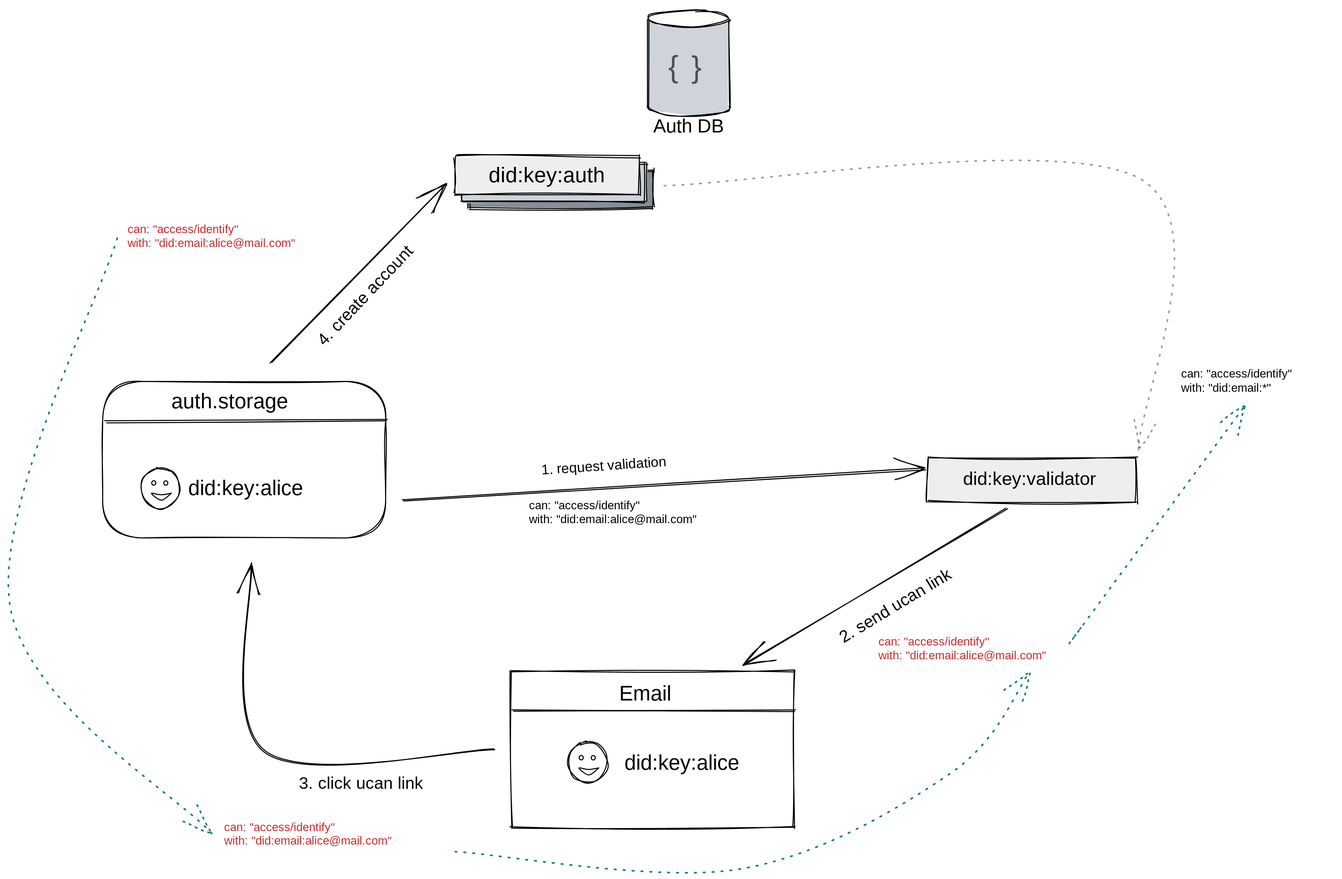
Before: spec/system.excalidraw.svg, a diagram exported from Excalidraw (tx-ravenxbsw3/w3up). Source tidied: one line per element, renumbered; positions are measured from the earlier drawing's top-left corner, leaving out a move shared by most shapes.
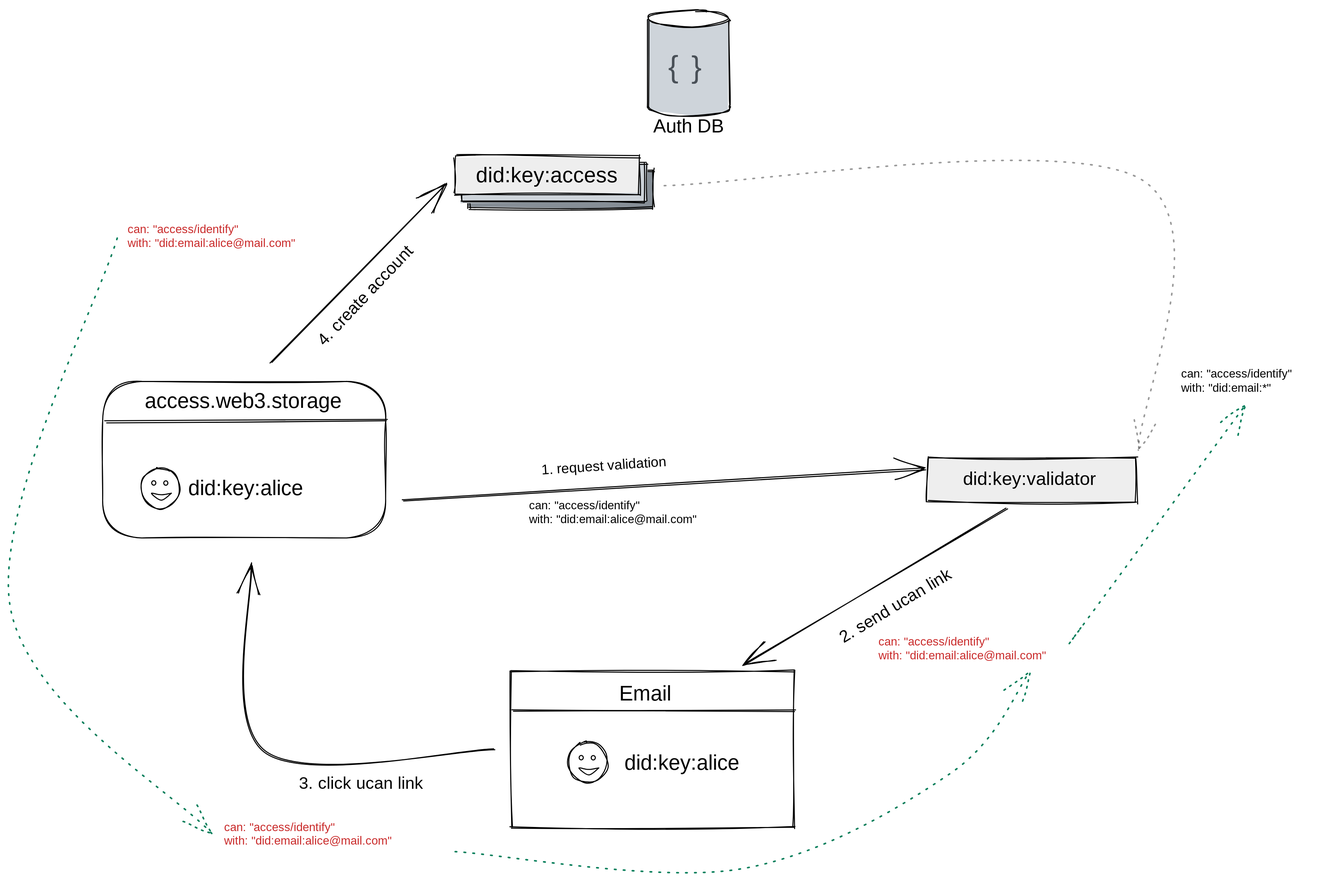
After the change.

Diff of the diagram source:
```diff
@@ -5,7 +5,7 @@
 {"id": 4, "type": "text", "text": "did:key:alice", "strokeColor": "#000000", "strokeWidth": 1, "roughness": 1, "fontSize": 20, "fontFamily": 1, "x": 170, "y": 445, "width": 112, "height": 25}
 {"id": 5, "type": "rectangle", "strokeColor": "#000000", "strokeWidth": 1, "roughness": 1, "x": 88, "y": 354, "width": 270, "height": 149}
 {"id": 6, "type": "line", "strokeColor": "#000000", "strokeWidth": 1, "roughness": 1, "x": 90, "y": 393, "width": 269, "height": 2, "points": [[0, 0], [269, -2]]}
-{"id": 7, "type": "text", "text": "auth.storage", "strokeColor": "#000000", "strokeWidth": 1, "roughness": 1, "fontSize": 20, "fontFamily": 1, "x": 154, "y": 361, "width": 129, "height": 25}
+{"id": 7, "type": "text", "text": "access.web3.storage", "strokeColor": "#000000", "strokeWidth": 1, "roughness": 1, "fontSize": 20, "fontFamily": 1, "x": 128, "y": 361, "width": 201, "height": 25}
 {"id": 8, "type": "rectangle", "strokeColor": "#000000", "strokeWidth": 1, "roughness": 1, "x": 478, "y": 631, "width": 270, "height": 149}
 {"id": 9, "type": "line", "strokeColor": "#000000", "strokeWidth": 1, "roughness": 1, "x": 480, "y": 669, "width": 269, "height": 2, "points": [[0, 0], [269, -2]]}
 {"id": 10, "type": "text", "text": "Email", "strokeColor": "#000000", "strokeWidth": 1, "roughness": 1, "fontSize": 20, "fontFamily": 1, "x": 581, "y": 641, "width": 50, "height": 25}
@@ -29,7 +29,7 @@
 {"id": 28, "type": "rectangle", "strokeColor": "#000000", "backgroundColor": "#868e96", "fillStyle": "solid", "strokeWidth": 1, "roughness": 1, "x": 437, "y": 152, "width": 176, "height": 37}
 {"id": 29, "type": "rectangle", "strokeColor": "#000000", "backgroundColor": "#ced4da", "fillStyle": "solid", "strokeWidth": 1, "roughness": 1, "x": 431, "y": 145, "width": 176, "height": 37}
 {"id": 30, "type": "rectangle", "strokeColor": "#000000", "backgroundColor": "#eeeeee", "fillStyle": "solid", "strokeWidth": 1, "roughness": 1, "x": 424, "y": 139, "width": 176, "height": 37}
-{"id": 31, "type": "text", "text": "did:key:auth", "strokeColor": "#000000", "backgroundColor": "#ced4da", "fillStyle": "solid", "strokeWidth": 1, "roughness": 1, "fontSize": 20.43, "fontFamily": 1, "textAlign": "center", "x": 454, "y": 146, "width": 116, "height": 26}
+{"id": 31, "type": "text", "text": "did:key:access", "strokeColor": "#000000", "backgroundColor": "#ced4da", "fillStyle": "solid", "strokeWidth": 1, "roughness": 1, "fontSize": 20.43, "fontFamily": 1, "textAlign": "center", "x": 444, "y": 146, "width": 137, "height": 26}
 {"id": 32, "type": "arrow", "strokeColor": "#000000", "strokeWidth": 1, "roughness": 1, "endArrowhead": "arrow", "from": 5, "to": 30, "x": 248, "y": 336, "width": 168, "height": 171, "points": [[0, 0], [168, -171]]}
 {"id": 33, "type": "arrow", "strokeColor": "#000000", "strokeWidth": 1, "strokeStyle": "dotted", "roughness": 1, "opacity": 40, "endArrowhead": "arrow", "from": 28, "to": 24, "x": 623, "y": 167, "width": 454, "height": 258, "points": [[0, 0], [454, -7], [453, 252]]}
 {"id": 34, "type": "text", "text": "can: \"access/identify\"\nwith: \"did:email:*\"", "strokeColor": "#000000", "strokeWidth": 1, "strokeStyle": "dotted", "roughness": 1, "fontSize": 11.08, "fontFamily": 3, "x": 1118, "y": 339, "width": 143, "height": 27}
```
